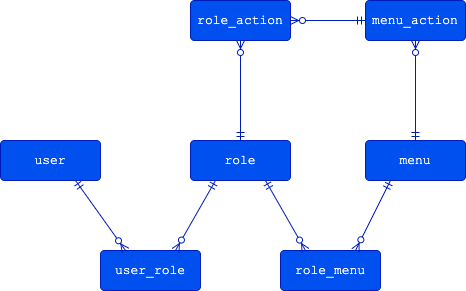
Before: docs/rbac.drawio.png, a diagram exported from draw.io (acomma/admin). Source tidied: cells renumbered, new cells last; positions are measured from the earlier drawing's top-left corner, leaving out a move shared by most shapes.
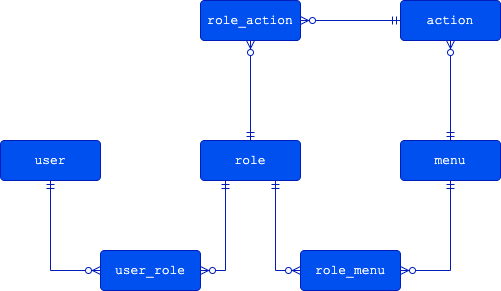
After the commit.

Commit message:
refactor: 去掉 action 的 menu 前缀

Diff of the diagram source:
```diff
@@ -3,36 +3,36 @@
     <mxCell id="0" />
     <mxCell id="1" parent="0" />
     <mxCell id="2" value="user" style="rounded=1;arcSize=10;whiteSpace=wrap;html=1;align=center;fontFamily=Courier New;fontSize=13;fillColor=#0050ef;fontColor=#ffffff;strokeColor=#001DBC;" parent="1" vertex="1">
-      <mxGeometry y="140" width="100" height="40" as="geometry" />
+      <mxGeometry x="-10" y="140" width="100" height="40" as="geometry" />
     </mxCell>
     <mxCell id="3" value="role" style="rounded=1;arcSize=10;whiteSpace=wrap;html=1;align=center;fontFamily=Courier New;fontSize=13;fillColor=#0050ef;fontColor=#ffffff;strokeColor=#001DBC;" parent="1" vertex="1">
       <mxGeometry x="190" y="140" width="100" height="40" as="geometry" />
     </mxCell>
     <mxCell id="4" value="menu" style="rounded=1;arcSize=10;whiteSpace=wrap;html=1;align=center;fontFamily=Courier New;fontSize=13;fillColor=#0050ef;fontColor=#ffffff;strokeColor=#001DBC;" parent="1" vertex="1">
-      <mxGeometry x="365" y="140" width="100" height="40" as="geometry" />
+      <mxGeometry x="390" y="140" width="100" height="40" as="geometry" />
     </mxCell>
     <mxCell id="5" value="user_role" style="rounded=1;arcSize=10;whiteSpace=wrap;html=1;align=center;fontFamily=Courier New;fontSize=13;fillColor=#0050ef;fontColor=#ffffff;strokeColor=#001DBC;" parent="1" vertex="1">
-      <mxGeometry x="100" y="250" width="100" height="40" as="geometry" />
+      <mxGeometry x="90" y="250" width="100" height="40" as="geometry" />
     </mxCell>
     <mxCell id="6" value="role_menu" style="rounded=1;arcSize=10;whiteSpace=wrap;html=1;align=center;fontFamily=Courier New;fontSize=13;fillColor=#0050ef;fontColor=#ffffff;strokeColor=#001DBC;" parent="1" vertex="1">
-      <mxGeometry x="280" y="250" width="100" height="40" as="geometry" />
+      <mxGeometry x="290" y="250" width="100" height="40" as="geometry" />
     </mxCell>
-    <mxCell id="7" value="menu_action" style="rounded=1;arcSize=10;whiteSpace=wrap;html=1;align=center;fontFamily=Courier New;fontSize=13;fillColor=#0050ef;fontColor=#ffffff;strokeColor=#001DBC;" parent="1" vertex="1">
-      <mxGeometry x="365" width="100" height="40" as="geometry" />
+    <mxCell id="7" value="action" style="rounded=1;arcSize=10;whiteSpace=wrap;html=1;align=center;fontFamily=Courier New;fontSize=13;fillColor=#0050ef;fontColor=#ffffff;strokeColor=#001DBC;" parent="1" vertex="1">
+      <mxGeometry x="390" width="100" height="40" as="geometry" />
     </mxCell>
     <mxCell id="8" value="role_action" style="rounded=1;arcSize=10;whiteSpace=wrap;html=1;align=center;fontFamily=Courier New;fontSize=13;fillColor=#0050ef;strokeColor=#001DBC;fontColor=#ffffff;" parent="1" vertex="1">
       <mxGeometry x="190" width="100" height="40" as="geometry" />
     </mxCell>
-    <mxCell id="9" style="fontSize=13;html=1;endArrow=ERzeroToMany;startArrow=ERmandOne;exitX=0.75;exitY=1;exitDx=0;exitDy=0;entryX=0.25;entryY=0;entryDx=0;entryDy=0;fontFamily=Courier New;fillColor=#0050ef;strokeColor=#001DBC;" parent="1" edge="1" source="2" target="5">
+    <mxCell id="9" style="fontSize=13;html=1;endArrow=ERzeroToMany;startArrow=ERmandOne;exitX=0.5;exitY=1;exitDx=0;exitDy=0;entryX=0;entryY=0.5;entryDx=0;entryDy=0;fontFamily=Courier New;fillColor=#0050ef;strokeColor=#001DBC;edgeStyle=orthogonalEdgeStyle;rounded=0;" parent="1" edge="1" source="2" target="5">
       <mxGeometry relative="1" as="geometry" />
     </mxCell>
-    <mxCell id="10" style="fontSize=13;html=1;endArrow=ERzeroToMany;startArrow=ERmandOne;exitX=0.25;exitY=1;exitDx=0;exitDy=0;entryX=0.75;entryY=0;entryDx=0;entryDy=0;fontFamily=Courier New;fillColor=#0050ef;strokeColor=#001DBC;" parent="1" edge="1" source="3" target="5">
+    <mxCell id="10" style="fontSize=13;html=1;endArrow=ERzeroToMany;startArrow=ERmandOne;exitX=0.25;exitY=1;exitDx=0;exitDy=0;entryX=1;entryY=0.5;entryDx=0;entryDy=0;fontFamily=Courier New;fillColor=#0050ef;strokeColor=#001DBC;edgeStyle=orthogonalEdgeStyle;rounded=0;" parent="1" edge="1" source="3" target="5">
       <mxGeometry relative="1" as="geometry" />
     </mxCell>
-    <mxCell id="11" style="fontSize=13;html=1;endArrow=ERzeroToMany;startArrow=ERmandOne;exitX=0.75;exitY=1;exitDx=0;exitDy=0;entryX=0.25;entryY=0;entryDx=0;entryDy=0;fontFamily=Courier New;fillColor=#0050ef;strokeColor=#001DBC;" parent="1" edge="1" source="3" target="6">
+    <mxCell id="11" style="fontSize=13;html=1;endArrow=ERzeroToMany;startArrow=ERmandOne;exitX=0.75;exitY=1;exitDx=0;exitDy=0;entryX=0;entryY=0.5;entryDx=0;entryDy=0;fontFamily=Courier New;fillColor=#0050ef;strokeColor=#001DBC;edgeStyle=orthogonalEdgeStyle;rounded=0;" parent="1" edge="1" source="3" target="6">
       <mxGeometry relative="1" as="geometry" />
     </mxCell>
-    <mxCell id="12" style="fontSize=13;html=1;endArrow=ERzeroToMany;startArrow=ERmandOne;exitX=0.25;exitY=1;exitDx=0;exitDy=0;entryX=0.75;entryY=0;entryDx=0;entryDy=0;fontFamily=Courier New;fillColor=#0050ef;strokeColor=#001DBC;" parent="1" edge="1" source="4" target="6">
+    <mxCell id="12" style="fontSize=13;html=1;endArrow=ERzeroToMany;startArrow=ERmandOne;exitX=0.5;exitY=1;exitDx=0;exitDy=0;entryX=1;entryY=0.5;entryDx=0;entryDy=0;fontFamily=Courier New;fillColor=#0050ef;strokeColor=#001DBC;edgeStyle=orthogonalEdgeStyle;rounded=0;" parent="1" edge="1" source="4" target="6">
       <mxGeometry relative="1" as="geometry" />
     </mxCell>
     <mxCell id="13" style="fontSize=13;html=1;endArrow=ERzeroToMany;startArrow=ERmandOne;exitX=0.5;exitY=0;exitDx=0;exitDy=0;entryX=0.5;entryY=1;entryDx=0;entryDy=0;fontFamily=Courier New;fillColor=#0050ef;strokeColor=#001DBC;" parent="1" edge="1" source="4" target="7">
```
